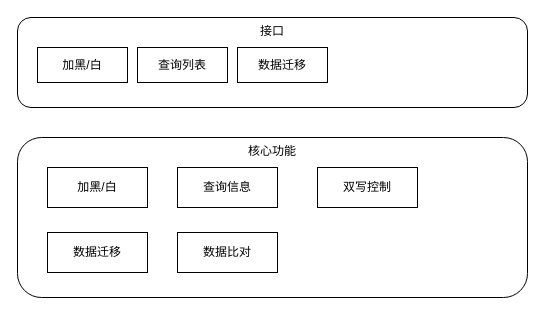
This is 黑名单重构-模块设计.drawio from ABIN-DS/flowchart, a draw.io file, before an edit. Source tidied: cells renumbered, new cells numbered last; positions are measured from the earlier drawing's top-left corner, leaving out a move shared by most shapes. Both pictures are drawn from the tidied source at 100%, with x=0, y=0 at pixel (17, 17).
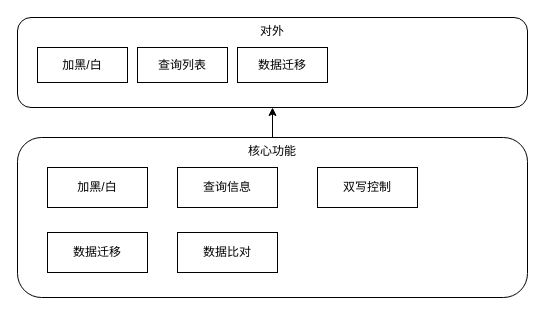
The same page after the edit.

Commit message (it also covers changes not shown here):
更新黑名单重构-模块设计.drawio

Diff of the diagram source:
```diff
@@
 <mxGraphModel>
   <root>
     <mxCell id="0" />
     <mxCell id="1" parent="0" />
-    <mxCell id="2" value="接口" style="rounded=1;whiteSpace=wrap;html=1;verticalAlign=top;" parent="1" vertex="1">
+    <mxCell id="2" value="对外" style="rounded=1;whiteSpace=wrap;html=1;verticalAlign=top;" parent="1" vertex="1">
       <mxGeometry width="510" height="90" as="geometry" />
     </mxCell>
     <mxCell id="3" value="加黑/白" style="rounded=0;whiteSpace=wrap;html=1;verticalAlign=middle;" parent="1" vertex="1">
       <mxGeometry x="20" y="30" width="90" height="35" as="geometry" />
     </mxCell>
     <mxCell id="4" value="查询列表" style="rounded=0;whiteSpace=wrap;html=1;verticalAlign=middle;" parent="1" vertex="1">
       <mxGeometry x="120" y="30" width="90" height="35" as="geometry" />
     </mxCell>
     <mxCell id="5" value="数据迁移" style="rounded=0;whiteSpace=wrap;html=1;verticalAlign=middle;" parent="1" vertex="1">
       <mxGeometry x="220" y="30" width="90" height="35" as="geometry" />
     </mxCell>
+    <mxCell id="12" style="edgeStyle=orthogonalEdgeStyle;rounded=0;jettySize=auto;html=1;entryX=0.5;entryY=1;entryDx=0;entryDy=0;" parent="1" edge="1" source="6" target="2">
+      <mxGeometry relative="1" as="geometry" />
+    </mxCell>
     <mxCell id="6" value="核心功能" style="rounded=1;whiteSpace=wrap;html=1;verticalAlign=top;" parent="1" vertex="1">
       <mxGeometry y="120" width="510" height="160" as="geometry" />
     </mxCell>
     <mxCell id="7" value="数据迁移" style="rounded=0;whiteSpace=wrap;html=1;" parent="1" vertex="1">
       <mxGeometry x="30" y="215" width="100" height="40" as="geometry" />
     </mxCell>
     <mxCell id="8" value="加黑/白" style="rounded=0;whiteSpace=wrap;html=1;" parent="1" vertex="1">
       <mxGeometry x="30" y="150" width="100" height="40" as="geometry" />
     </mxCell>
     <mxCell id="9" value="查询信息" style="rounded=0;whiteSpace=wrap;html=1;" parent="1" vertex="1">
       <mxGeometry x="160" y="150" width="100" height="40" as="geometry" />
     </mxCell>
     <mxCell id="10" value="数据比对" style="rounded=0;whiteSpace=wrap;html=1;" parent="1" vertex="1">
       <mxGeometry x="160" y="215" width="100" height="40" as="geometry" />
     </mxCell>
     <mxCell id="11" value="双写控制" style="rounded=0;whiteSpace=wrap;html=1;" parent="1" vertex="1">
       <mxGeometry x="300" y="150" width="100" height="40" as="geometry" />
     </mxCell>
   </root>
 </mxGraphModel>
```
